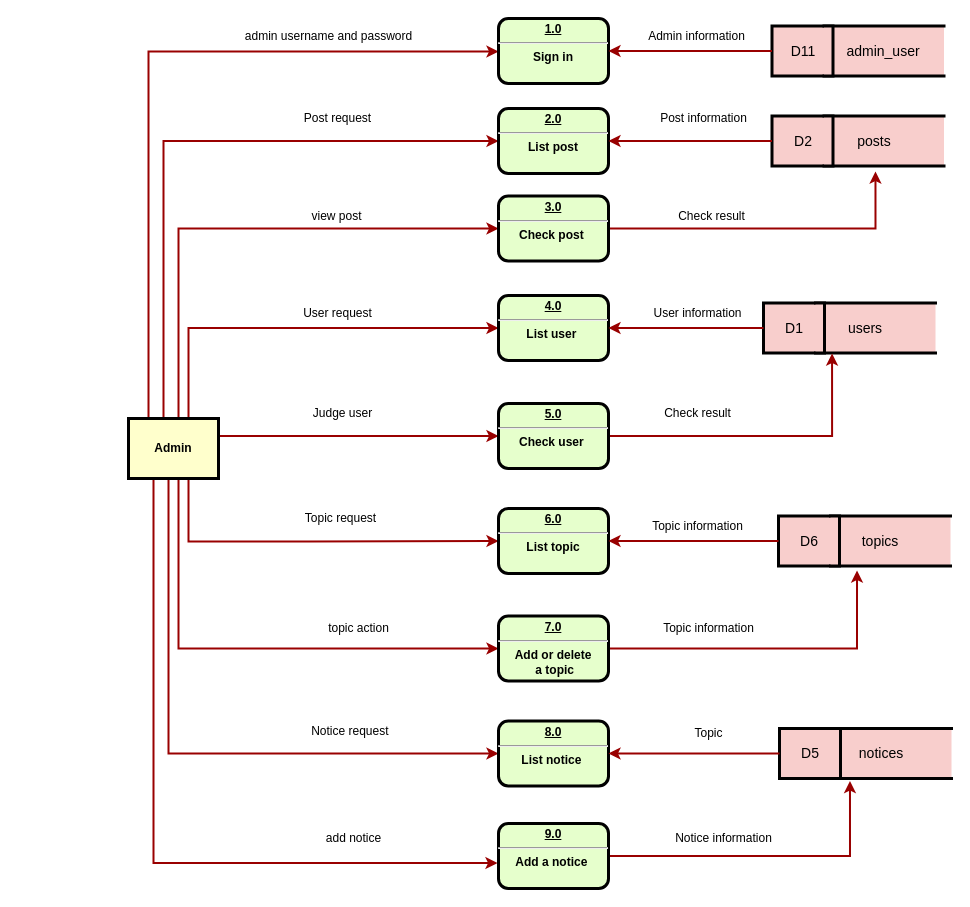
loveagri/zhihu keeps this draw.io diagram as docs/admin.drawio. Above is the earlier version. Source tidied: cells renumbered, new cells numbered last; positions are measured from the earlier drawing's top-left corner, leaving out a move shared by most shapes. Both pictures are drawn from the tidied source at 100%, with x=0, y=0 at pixel (128, 18).
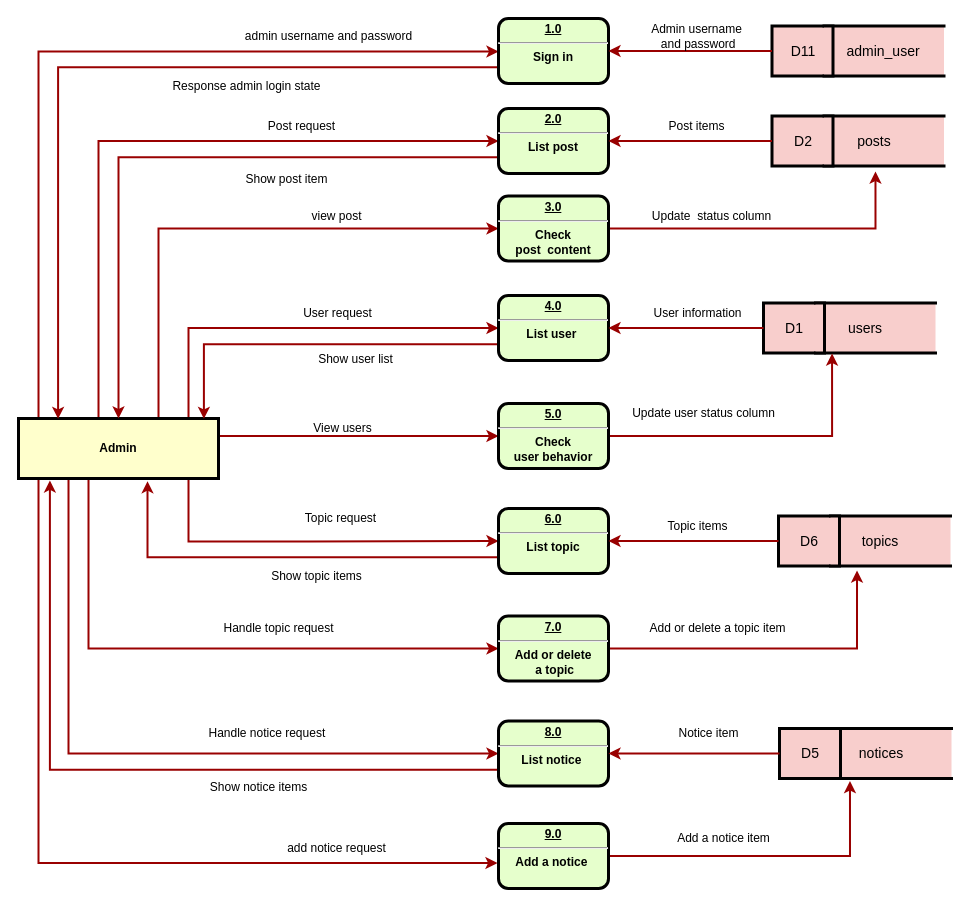
The same diagram, later.

Unchanged cells that the change refers to:
```xml
<mxCell id="28" value="&lt;p style=&quot;margin: 0px ; margin-top: 4px ; text-align: center ; text-decoration: underline&quot;&gt;2.0&lt;/p&gt;&lt;hr&gt;&lt;strong&gt;List post&lt;br&gt;&lt;/strong&gt;" style="verticalAlign=middle;align=center;overflow=fill;fontSize=12;fontFamily=Helvetica;html=1;rounded=1;fontStyle=1;strokeWidth=3;fillColor=#E6FFCC;" parent="1" vertex="1">
  <mxGeometry x="370" y="90" width="110" height="65" as="geometry" />
</mxCell>
<mxCell id="39" value="&lt;p style=&quot;margin: 0px ; margin-top: 4px ; text-align: center ; text-decoration: underline&quot;&gt;4.0&lt;/p&gt;&lt;hr&gt;&lt;strong&gt;List user&amp;nbsp;&lt;br&gt;&lt;/strong&gt;" style="verticalAlign=middle;align=center;overflow=fill;fontSize=12;fontFamily=Helvetica;html=1;rounded=1;fontStyle=1;strokeWidth=3;fillColor=#E6FFCC;" parent="1" vertex="1">
  <mxGeometry x="370" y="277" width="110" height="65" as="geometry" />
</mxCell>
<mxCell id="41" value="&lt;p style=&quot;margin: 0px ; margin-top: 4px ; text-align: center ; text-decoration: underline&quot;&gt;6.0&lt;/p&gt;&lt;hr&gt;&lt;strong&gt;List topic&lt;br&gt;&lt;/strong&gt;" style="verticalAlign=middle;align=center;overflow=fill;fontSize=12;fontFamily=Helvetica;html=1;rounded=1;fontStyle=1;strokeWidth=3;fillColor=#E6FFCC;" parent="1" vertex="1">
  <mxGeometry x="370" y="490" width="110" height="65" as="geometry" />
</mxCell>
<mxCell id="50" value="&lt;p style=&quot;margin: 0px ; margin-top: 4px ; text-align: center ; text-decoration: underline&quot;&gt;8.0&lt;/p&gt;&lt;hr&gt;&lt;strong&gt;List notice&amp;nbsp;&lt;br&gt;&lt;/strong&gt;" style="verticalAlign=middle;align=center;overflow=fill;fontSize=12;fontFamily=Helvetica;html=1;rounded=1;fontStyle=1;strokeWidth=3;fillColor=#E6FFCC;" parent="1" vertex="1">
  <mxGeometry x="370" y="702.5" width="110" height="65" as="geometry" />
</mxCell>
<mxCell id="56" value="&lt;p style=&quot;margin: 0px ; margin-top: 4px ; text-align: center ; text-decoration: underline&quot;&gt;1.0&lt;/p&gt;&lt;hr&gt;&lt;strong&gt;Sign in&lt;br&gt;&lt;/strong&gt;" style="verticalAlign=middle;align=center;overflow=fill;fontSize=12;fontFamily=Helvetica;html=1;rounded=1;fontStyle=1;strokeWidth=3;fillColor=#E6FFCC;" parent="1" vertex="1">
  <mxGeometry x="370" width="110" height="65" as="geometry" />
</mxCell>
<mxCell id="75" value="&lt;p style=&quot;margin: 0px ; margin-top: 4px ; text-align: center ; text-decoration: underline&quot;&gt;7.0&lt;/p&gt;&lt;hr&gt;&lt;strong&gt;Add or delete&lt;br&gt;&amp;nbsp;a topic&lt;br&gt;&lt;/strong&gt;" style="verticalAlign=middle;align=center;overflow=fill;fontSize=12;fontFamily=Helvetica;html=1;rounded=1;fontStyle=1;strokeWidth=3;fillColor=#E6FFCC;" parent="1" vertex="1">
  <mxGeometry x="370" y="597.5" width="110" height="65" as="geometry" />
</mxCell>
<mxCell id="79" value="&lt;p style=&quot;margin: 0px ; margin-top: 4px ; text-align: center ; text-decoration: underline&quot;&gt;9.0&lt;/p&gt;&lt;hr&gt;&lt;strong&gt;Add a notice&amp;nbsp;&lt;br&gt;&lt;/strong&gt;" style="verticalAlign=middle;align=center;overflow=fill;fontSize=12;fontFamily=Helvetica;html=1;rounded=1;fontStyle=1;strokeWidth=3;fillColor=#E6FFCC;" parent="1" vertex="1">
  <mxGeometry x="370" y="805" width="110" height="65" as="geometry" />
</mxCell>
```

The edit, as a diff of the source:
```diff
@@
     <mxCell id="18" style="edgeStyle=orthogonalEdgeStyle;rounded=0;jettySize=auto;html=1;entryX=0;entryY=0.5;entryDx=0;entryDy=0;strokeColor=#990000;strokeWidth=2;" parent="1" edge="1" source="27" target="28">
       <mxGeometry relative="1" as="geometry">
         <Array as="points">
-          <mxPoint x="35" y="123" />
+          <mxPoint x="-30" y="122" />
         </Array>
       </mxGeometry>
     </mxCell>
     <mxCell id="19" style="edgeStyle=orthogonalEdgeStyle;rounded=0;jettySize=auto;html=1;strokeColor=#990000;strokeWidth=2;" parent="1" edge="1" source="27" target="56">
       <mxGeometry relative="1" as="geometry">
         <Array as="points">
-          <mxPoint x="20" y="33" />
+          <mxPoint x="-90" y="33" />
         </Array>
       </mxGeometry>
     </mxCell>
@@
     <mxCell id="21" style="edgeStyle=orthogonalEdgeStyle;rounded=0;jettySize=auto;html=1;entryX=0;entryY=0.5;entryDx=0;entryDy=0;strokeColor=#990000;strokeWidth=2;" parent="1" edge="1" source="27" target="53">
       <mxGeometry relative="1" as="geometry">
         <Array as="points">
-          <mxPoint x="50" y="210" />
+          <mxPoint x="30" y="210" />
         </Array>
       </mxGeometry>
     </mxCell>
@@
     <mxCell id="24" style="edgeStyle=orthogonalEdgeStyle;rounded=0;jettySize=auto;html=1;entryX=0;entryY=0.5;entryDx=0;entryDy=0;strokeColor=#990000;strokeWidth=2;" parent="1" edge="1" source="27" target="75">
       <mxGeometry relative="1" as="geometry">
         <Array as="points">
-          <mxPoint x="50" y="630" />
+          <mxPoint x="-40" y="630" />
         </Array>
       </mxGeometry>
     </mxCell>
     <mxCell id="25" style="edgeStyle=orthogonalEdgeStyle;rounded=0;jettySize=auto;html=1;entryX=0;entryY=0.5;entryDx=0;entryDy=0;strokeColor=#990000;strokeWidth=2;" parent="1" edge="1" source="27" target="50">
       <mxGeometry relative="1" as="geometry">
         <Array as="points">
-          <mxPoint x="40" y="735" />
+          <mxPoint x="-60" y="735" />
         </Array>
       </mxGeometry>
     </mxCell>
     <mxCell id="26" style="edgeStyle=orthogonalEdgeStyle;rounded=0;jettySize=auto;html=1;entryX=-0.009;entryY=0.608;entryDx=0;entryDy=0;entryPerimeter=0;strokeColor=#990000;strokeWidth=2;" parent="1" edge="1" source="27" target="79">
       <mxGeometry relative="1" as="geometry">
         <Array as="points">
-          <mxPoint x="25" y="845" />
+          <mxPoint x="-90" y="845" />
         </Array>
       </mxGeometry>
     </mxCell>
     <mxCell id="27" value="Admin" style="whiteSpace=wrap;align=center;verticalAlign=middle;fontStyle=1;strokeWidth=3;fillColor=#FFFFCC;" parent="1" vertex="1">
-      <mxGeometry y="400" width="90" height="60" as="geometry" />
+      <mxGeometry x="-110" y="400" width="200" height="60" as="geometry" />
     </mxCell>
+    <mxCell id="88" style="edgeStyle=orthogonalEdgeStyle;rounded=0;jettySize=auto;html=1;exitX=0;exitY=0.75;exitDx=0;exitDy=0;entryX=0.5;entryY=0;entryDx=0;entryDy=0;strokeColor=#990000;strokeWidth=2;" parent="1" edge="1" source="28" target="27">
+      <mxGeometry relative="1" as="geometry" />
+    </mxCell>
@@
-    <mxCell id="37" value="Check result" style="text;html=1;align=center;verticalAlign=middle;" parent="1" vertex="1">
-      <mxGeometry x="543" y="188" width="80" height="20" as="geometry" />
+    <mxCell id="37" value="Update&amp;nbsp; status column" style="text;html=1;align=center;verticalAlign=middle;" parent="1" vertex="1">
+      <mxGeometry x="518" y="188" width="130" height="20" as="geometry" />
     </mxCell>
     <mxCell id="38" value="Post request" style="text;html=1;align=center;verticalAlign=middle;" parent="1" vertex="1">
-      <mxGeometry x="169" y="90" width="80" height="20" as="geometry" />
+      <mxGeometry x="133" y="97.5" width="80" height="20" as="geometry" />
     </mxCell>
+    <mxCell id="89" style="edgeStyle=orthogonalEdgeStyle;rounded=0;jettySize=auto;html=1;exitX=0;exitY=0.75;exitDx=0;exitDy=0;entryX=0.927;entryY=0.006;entryDx=0;entryDy=0;entryPerimeter=0;strokeColor=#990000;strokeWidth=2;" parent="1" edge="1" source="39" target="27">
+      <mxGeometry relative="1" as="geometry" />
+    </mxCell>
@@
+    <mxCell id="90" style="edgeStyle=orthogonalEdgeStyle;rounded=0;jettySize=auto;html=1;exitX=0;exitY=0.75;exitDx=0;exitDy=0;entryX=0.645;entryY=1.045;entryDx=0;entryDy=0;entryPerimeter=0;strokeColor=#990000;strokeWidth=2;" parent="1" edge="1" source="41" target="27">
+      <mxGeometry relative="1" as="geometry" />
+    </mxCell>
@@
+    <mxCell id="91" style="edgeStyle=orthogonalEdgeStyle;rounded=0;jettySize=auto;html=1;exitX=0;exitY=0.75;exitDx=0;exitDy=0;entryX=0.157;entryY=1.033;entryDx=0;entryDy=0;entryPerimeter=0;strokeWidth=2;strokeColor=#990000;" parent="1" edge="1" source="50" target="27">
+      <mxGeometry relative="1" as="geometry" />
+    </mxCell>
@@
-    <mxCell id="51" value="Topic information" style="text;html=1;align=center;verticalAlign=middle;" parent="1" vertex="1">
-      <mxGeometry x="525" y="600" width="110" height="20" as="geometry" />
+    <mxCell id="51" value="Add or delete a topic item" style="text;html=1;align=center;verticalAlign=middle;" parent="1" vertex="1">
+      <mxGeometry x="514" y="600" width="150" height="20" as="geometry" />
     </mxCell>
@@
-    <mxCell id="53" value="&lt;p style=&quot;margin: 0px ; margin-top: 4px ; text-align: center ; text-decoration: underline&quot;&gt;3.0&lt;/p&gt;&lt;hr&gt;&lt;strong&gt;Check post&amp;nbsp;&lt;br&gt;&lt;/strong&gt;" style="verticalAlign=middle;align=center;overflow=fill;fontSize=12;fontFamily=Helvetica;html=1;rounded=1;fontStyle=1;strokeWidth=3;fillColor=#E6FFCC;" parent="1" vertex="1">
+    <mxCell id="53" value="&lt;p style=&quot;margin: 0px ; margin-top: 4px ; text-align: center ; text-decoration: underline&quot;&gt;3.0&lt;/p&gt;&lt;hr&gt;&lt;strong&gt;Check &lt;br&gt;post&amp;nbsp; content&lt;br&gt;&lt;/strong&gt;" style="verticalAlign=middle;align=center;overflow=fill;fontSize=12;fontFamily=Helvetica;html=1;rounded=1;fontStyle=1;strokeWidth=3;fillColor=#E6FFCC;" parent="1" vertex="1">
       <mxGeometry x="370" y="177.5" width="110" height="65" as="geometry" />
     </mxCell>
@@
-    <mxCell id="55" value="Post information" style="text;html=1;align=center;verticalAlign=middle;" parent="1" vertex="1">
-      <mxGeometry x="525" y="90" width="100" height="20" as="geometry" />
+    <mxCell id="55" value="Post items" style="text;html=1;align=center;verticalAlign=middle;" parent="1" vertex="1">
+      <mxGeometry x="533" y="97.5" width="70" height="20" as="geometry" />
     </mxCell>
+    <mxCell id="92" style="edgeStyle=orthogonalEdgeStyle;rounded=0;jettySize=auto;html=1;exitX=0;exitY=0.75;exitDx=0;exitDy=0;entryX=0.198;entryY=0.006;entryDx=0;entryDy=0;entryPerimeter=0;strokeColor=#990000;strokeWidth=2;" parent="1" edge="1" source="56" target="27">
+      <mxGeometry relative="1" as="geometry" />
+    </mxCell>
@@
-    <mxCell id="66" value="Admin information" style="text;html=1;align=center;verticalAlign=middle;" parent="1" vertex="1">
-      <mxGeometry x="513" y="7.5" width="110" height="20" as="geometry" />
+    <mxCell id="66" value="Admin username&lt;br&gt;&amp;nbsp;and password" style="text;html=1;align=center;verticalAlign=middle;" parent="1" vertex="1">
+      <mxGeometry x="513" y="2.5" width="110" height="30" as="geometry" />
     </mxCell>
@@
-    <mxCell id="69" value="&lt;p style=&quot;margin: 0px ; margin-top: 4px ; text-align: center ; text-decoration: underline&quot;&gt;&lt;strong&gt;5.0&lt;/strong&gt;&lt;/p&gt;&lt;hr&gt;&lt;strong&gt;Check user&amp;nbsp;&lt;br&gt;&lt;/strong&gt;" style="verticalAlign=middle;align=center;overflow=fill;fontSize=12;fontFamily=Helvetica;html=1;rounded=1;fontStyle=1;strokeWidth=3;fillColor=#E6FFCC;" parent="1" vertex="1">
+    <mxCell id="69" value="&lt;p style=&quot;margin: 0px ; margin-top: 4px ; text-align: center ; text-decoration: underline&quot;&gt;&lt;strong&gt;5.0&lt;/strong&gt;&lt;/p&gt;&lt;hr&gt;&lt;strong&gt;Check &lt;br&gt;user behavior&lt;br&gt;&lt;/strong&gt;" style="verticalAlign=middle;align=center;overflow=fill;fontSize=12;fontFamily=Helvetica;html=1;rounded=1;fontStyle=1;strokeWidth=3;fillColor=#E6FFCC;" parent="1" vertex="1">
       <mxGeometry x="370" y="385" width="110" height="65" as="geometry" />
     </mxCell>
-    <mxCell id="70" value="Check result" style="text;html=1;align=center;verticalAlign=middle;" parent="1" vertex="1">
-      <mxGeometry x="529" y="385" width="80" height="20" as="geometry" />
+    <mxCell id="70" value="Update user status column" style="text;html=1;align=center;verticalAlign=middle;" parent="1" vertex="1">
+      <mxGeometry x="495" y="385" width="160" height="20" as="geometry" />
     </mxCell>
-    <mxCell id="71" value="Judge user" style="text;html=1;align=center;verticalAlign=middle;" parent="1" vertex="1">
-      <mxGeometry x="179" y="385" width="70" height="20" as="geometry" />
+    <mxCell id="71" value="View users" style="text;html=1;align=center;verticalAlign=middle;" parent="1" vertex="1">
+      <mxGeometry x="179" y="400" width="70" height="20" as="geometry" />
     </mxCell>
@@
-    <mxCell id="77" value="Topic" style="text;html=1;align=center;verticalAlign=middle;" parent="1" vertex="1">
-      <mxGeometry x="560" y="705" width="40" height="20" as="geometry" />
+    <mxCell id="77" value="Notice item" style="text;html=1;align=center;verticalAlign=middle;" parent="1" vertex="1">
+      <mxGeometry x="540" y="705" width="80" height="20" as="geometry" />
     </mxCell>
@@
-    <mxCell id="81" value="Notice information" style="text;html=1;align=center;verticalAlign=middle;" parent="1" vertex="1">
+    <mxCell id="81" value="Add a notice item" style="text;html=1;align=center;verticalAlign=middle;" parent="1" vertex="1">
       <mxGeometry x="540" y="810" width="110" height="20" as="geometry" />
     </mxCell>
@@
-    <mxCell id="84" value="topic action" style="text;html=1;align=center;verticalAlign=middle;" parent="1" vertex="1">
-      <mxGeometry x="190" y="600" width="80" height="20" as="geometry" />
+    <mxCell id="84" value="Handle topic request" style="text;html=1;align=center;verticalAlign=middle;" parent="1" vertex="1">
+      <mxGeometry x="85" y="600" width="130" height="20" as="geometry" />
     </mxCell>
-    <mxCell id="85" value="Notice request&amp;nbsp;" style="text;html=1;align=center;verticalAlign=middle;" parent="1" vertex="1">
-      <mxGeometry x="173" y="702.5" width="100" height="20" as="geometry" />
+    <mxCell id="85" value="Handle notice request&amp;nbsp;" style="text;html=1;align=center;verticalAlign=middle;" parent="1" vertex="1">
+      <mxGeometry x="70" y="705" width="140" height="20" as="geometry" />
     </mxCell>
-    <mxCell id="86" value="add notice" style="text;html=1;align=center;verticalAlign=middle;" parent="1" vertex="1">
-      <mxGeometry x="190" y="810" width="70" height="20" as="geometry" />
+    <mxCell id="86" value="add notice request" style="text;html=1;align=center;verticalAlign=middle;" parent="1" vertex="1">
+      <mxGeometry x="153" y="820" width="110" height="20" as="geometry" />
     </mxCell>
-    <mxCell id="87" value="Topic information" style="text;html=1;align=center;verticalAlign=middle;" parent="1" vertex="1">
-      <mxGeometry x="514" y="497.5" width="110" height="20" as="geometry" />
+    <mxCell id="87" value="Topic items" style="text;html=1;align=center;verticalAlign=middle;" parent="1" vertex="1">
+      <mxGeometry x="529" y="497.5" width="80" height="20" as="geometry" />
     </mxCell>
+    <mxCell id="93" value="Show notice items" style="text;html=1;align=center;verticalAlign=middle;" parent="1" vertex="1">
+      <mxGeometry x="75" y="759" width="110" height="20" as="geometry" />
+    </mxCell>
+    <mxCell id="94" value="Show topic items" style="text;html=1;align=center;verticalAlign=middle;" parent="1" vertex="1">
+      <mxGeometry x="133" y="547.5" width="110" height="20" as="geometry" />
+    </mxCell>
+    <mxCell id="95" value="Response admin login state" style="text;html=1;align=center;verticalAlign=middle;" parent="1" vertex="1">
+      <mxGeometry x="38" y="57.5" width="160" height="20" as="geometry" />
+    </mxCell>
+    <mxCell id="96" value="Show post item" style="text;html=1;align=center;verticalAlign=middle;" parent="1" vertex="1">
+      <mxGeometry x="108" y="151" width="100" height="20" as="geometry" />
+    </mxCell>
+    <mxCell id="97" value="Show user list" style="text;html=1;align=center;verticalAlign=middle;" parent="1" vertex="1">
+      <mxGeometry x="182" y="331" width="90" height="20" as="geometry" />
+    </mxCell>
```
